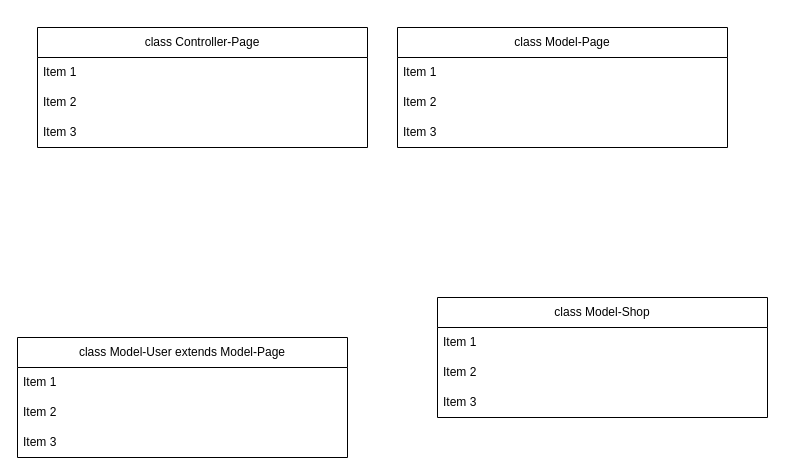
Earlier version of the draw.io diagram Diagrams/mvcinheritance.drawio (Corby7/educom-webshop-oop). Source tidied: cells renumbered, new cells numbered last; positions are measured from the earlier drawing's top-left corner, leaving out a move shared by most shapes. Both pictures are drawn from the tidied source at 100%, with x=0, y=0 at pixel (17, 27).
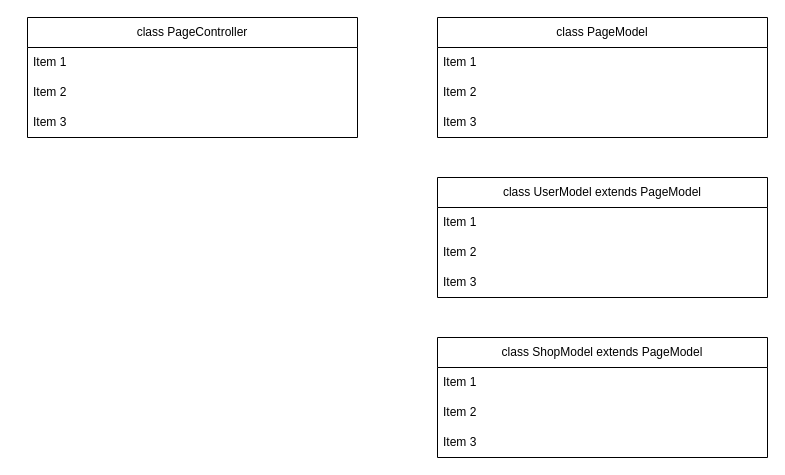
Above is the later version.

Commit message:
finished diagram #5

What changed in the source:
```diff
@@
 <mxGraphModel>
   <root>
     <mxCell id="0" />
     <mxCell id="1" parent="0" />
-    <mxCell id="2" value="class Controller-Page" style="swimlane;fontStyle=0;horizontal=1;startSize=30;whiteSpace=wrap;html=1;" parent="1" vertex="1">
-      <mxGeometry x="20" width="330" height="120" as="geometry" />
+    <mxCell id="2" value="class PageController" style="swimlane;fontStyle=0;horizontal=1;startSize=30;whiteSpace=wrap;html=1;" parent="1" vertex="1">
+      <mxGeometry x="10" y="-10" width="330" height="120" as="geometry" />
     </mxCell>
     <mxCell id="3" value="Item 1" style="text;strokeColor=none;fillColor=none;align=left;verticalAlign=middle;spacingLeft=4;spacingRight=4;overflow=hidden;whiteSpace=wrap;html=1;" parent="2" vertex="1">
       <mxGeometry y="30" width="330" height="30" as="geometry" />
     </mxCell>
     <mxCell id="4" value="Item 2" style="text;strokeColor=none;fillColor=none;align=left;verticalAlign=middle;spacingLeft=4;spacingRight=4;overflow=hidden;whiteSpace=wrap;html=1;" parent="2" vertex="1">
       <mxGeometry y="60" width="330" height="30" as="geometry" />
     </mxCell>
     <mxCell id="5" value="Item 3" style="text;strokeColor=none;fillColor=none;align=left;verticalAlign=middle;spacingLeft=4;spacingRight=4;overflow=hidden;whiteSpace=wrap;html=1;" parent="2" vertex="1">
       <mxGeometry y="90" width="330" height="30" as="geometry" />
     </mxCell>
-    <mxCell id="6" value="class Model-Page" style="swimlane;fontStyle=0;horizontal=1;startSize=30;whiteSpace=wrap;html=1;" parent="1" vertex="1">
-      <mxGeometry x="380" width="330" height="120" as="geometry" />
+    <mxCell id="6" value="class PageModel" style="swimlane;fontStyle=0;horizontal=1;startSize=30;whiteSpace=wrap;html=1;" parent="1" vertex="1">
+      <mxGeometry x="420" y="-10" width="330" height="120" as="geometry" />
     </mxCell>
     <mxCell id="7" value="Item 1" style="text;strokeColor=none;fillColor=none;align=left;verticalAlign=middle;spacingLeft=4;spacingRight=4;overflow=hidden;whiteSpace=wrap;html=1;" parent="6" vertex="1">
       <mxGeometry y="30" width="330" height="30" as="geometry" />
     </mxCell>
     <mxCell id="8" value="Item 2" style="text;strokeColor=none;fillColor=none;align=left;verticalAlign=middle;spacingLeft=4;spacingRight=4;overflow=hidden;whiteSpace=wrap;html=1;" parent="6" vertex="1">
       <mxGeometry y="60" width="330" height="30" as="geometry" />
     </mxCell>
     <mxCell id="9" value="Item 3" style="text;strokeColor=none;fillColor=none;align=left;verticalAlign=middle;spacingLeft=4;spacingRight=4;overflow=hidden;whiteSpace=wrap;html=1;" parent="6" vertex="1">
       <mxGeometry y="90" width="330" height="30" as="geometry" />
     </mxCell>
-    <mxCell id="10" value="class Model-User extends Model-Page" style="swimlane;fontStyle=0;horizontal=1;startSize=30;whiteSpace=wrap;html=1;" parent="1" vertex="1">
-      <mxGeometry y="310" width="330" height="120" as="geometry" />
+    <mxCell id="10" value="class UserModel extends PageModel" style="swimlane;fontStyle=0;horizontal=1;startSize=30;whiteSpace=wrap;html=1;" parent="1" vertex="1">
+      <mxGeometry x="420" y="150" width="330" height="120" as="geometry" />
     </mxCell>
     <mxCell id="11" value="Item 1" style="text;strokeColor=none;fillColor=none;align=left;verticalAlign=middle;spacingLeft=4;spacingRight=4;overflow=hidden;whiteSpace=wrap;html=1;" parent="10" vertex="1">
       <mxGeometry y="30" width="330" height="30" as="geometry" />
     </mxCell>
     <mxCell id="12" value="Item 2" style="text;strokeColor=none;fillColor=none;align=left;verticalAlign=middle;spacingLeft=4;spacingRight=4;overflow=hidden;whiteSpace=wrap;html=1;" parent="10" vertex="1">
       <mxGeometry y="60" width="330" height="30" as="geometry" />
     </mxCell>
     <mxCell id="13" value="Item 3" style="text;strokeColor=none;fillColor=none;align=left;verticalAlign=middle;spacingLeft=4;spacingRight=4;overflow=hidden;whiteSpace=wrap;html=1;" parent="10" vertex="1">
       <mxGeometry y="90" width="330" height="30" as="geometry" />
     </mxCell>
-    <mxCell id="14" value="class Model-Shop" style="swimlane;fontStyle=0;horizontal=1;startSize=30;whiteSpace=wrap;html=1;" parent="1" vertex="1">
-      <mxGeometry x="420" y="270" width="330" height="120" as="geometry" />
+    <mxCell id="14" value="class ShopModel extends PageModel" style="swimlane;fontStyle=0;horizontal=1;startSize=30;whiteSpace=wrap;html=1;" parent="1" vertex="1">
+      <mxGeometry x="420" y="310" width="330" height="120" as="geometry" />
     </mxCell>
     <mxCell id="15" value="Item 1" style="text;strokeColor=none;fillColor=none;align=left;verticalAlign=middle;spacingLeft=4;spacingRight=4;overflow=hidden;whiteSpace=wrap;html=1;" parent="14" vertex="1">
       <mxGeometry y="30" width="330" height="30" as="geometry" />
     </mxCell>
     <mxCell id="16" value="Item 2" style="text;strokeColor=none;fillColor=none;align=left;verticalAlign=middle;spacingLeft=4;spacingRight=4;overflow=hidden;whiteSpace=wrap;html=1;" parent="14" vertex="1">
       <mxGeometry y="60" width="330" height="30" as="geometry" />
     </mxCell>
     <mxCell id="17" value="Item 3" style="text;strokeColor=none;fillColor=none;align=left;verticalAlign=middle;spacingLeft=4;spacingRight=4;overflow=hidden;whiteSpace=wrap;html=1;" parent="14" vertex="1">
       <mxGeometry y="90" width="330" height="30" as="geometry" />
     </mxCell>
   </root>
 </mxGraphModel>
```
